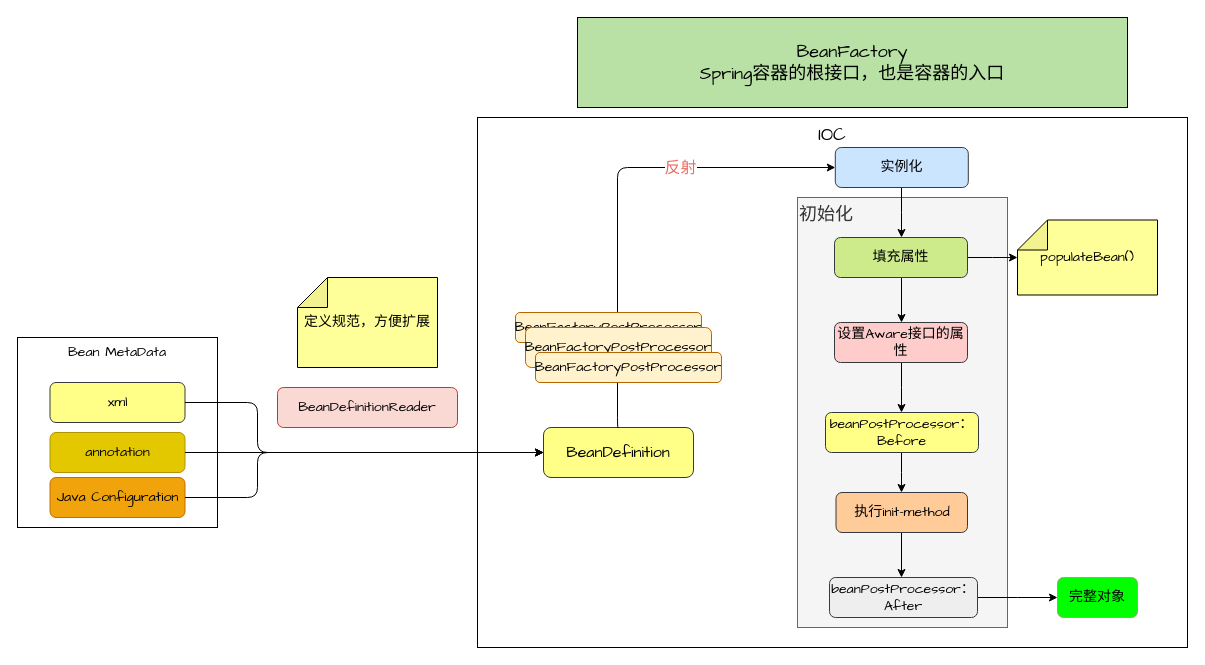
Above: notes/Spring/res/Bean的生命周期.drawio in zhangjukai/Go-Gad (draw.io), before the change. Source tidied: cells renumbered, new cells numbered last; positions are measured from the earlier drawing's top-left corner, leaving out a move shared by most shapes. Both pictures are drawn from the tidied source at 100%, with x=0, y=0 at pixel (17, 17).
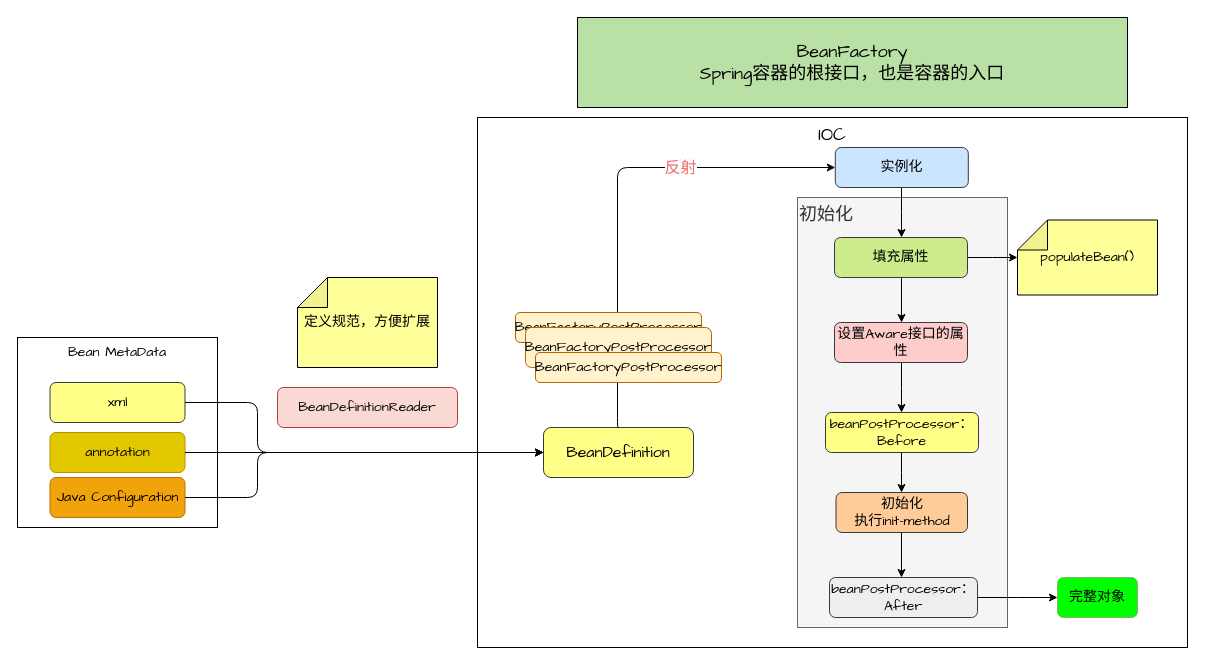
After the change.

The edit, as a diff of the source:
```diff
@@
-    <mxCell id="32" value="执行init-method" style="rounded=1;whiteSpace=wrap;html=1;shadow=0;glass=0;labelBackgroundColor=none;sketch=0;strokeColor=#36393d;strokeWidth=1;fontFamily=Comic Sans MS;fontSize=14;align=center;fillColor=#ffcc99;" parent="1" vertex="1">
+    <mxCell id="32" value="初始化&lt;br&gt;执行init-method" style="rounded=1;whiteSpace=wrap;html=1;shadow=0;glass=0;labelBackgroundColor=none;sketch=0;strokeColor=#36393d;strokeWidth=1;fontFamily=Comic Sans MS;fontSize=14;align=center;fillColor=#ffcc99;" parent="1" vertex="1">
       <mxGeometry x="818.5" y="475" width="131.5" height="40" as="geometry" />
     </mxCell>
```
